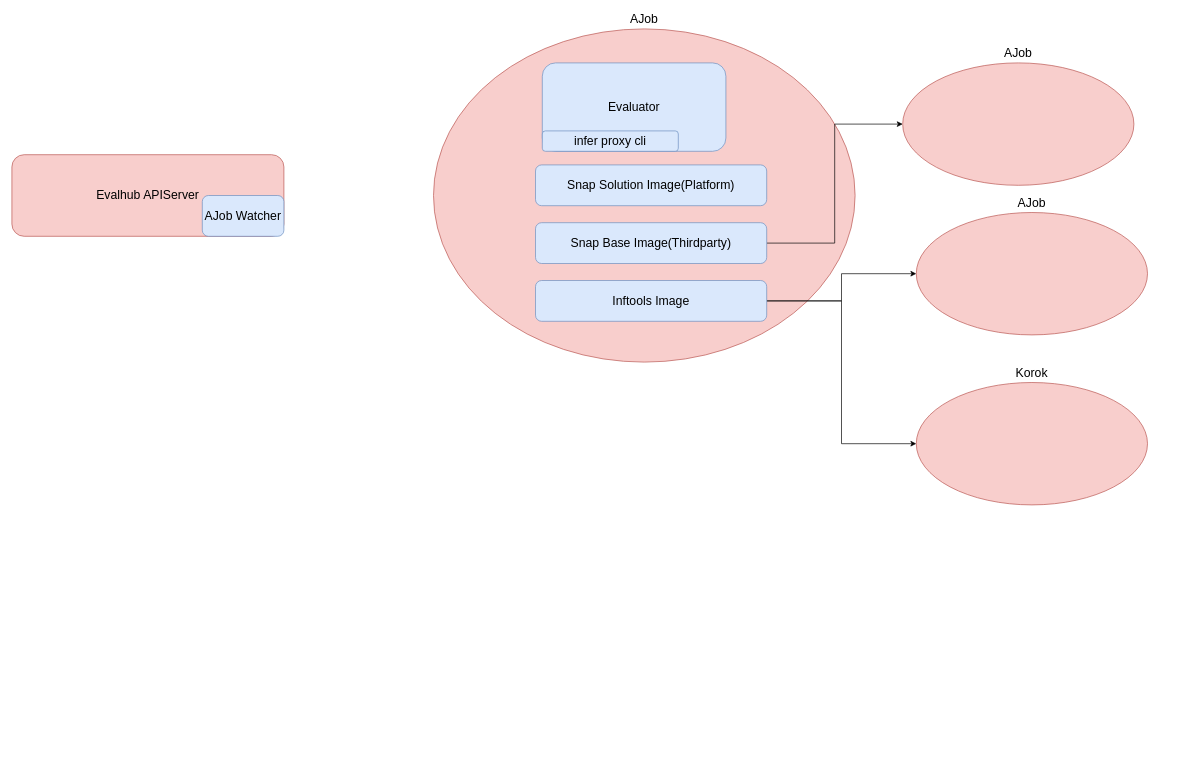
zhongshangwu/draw.io keeps this draw.io diagram as 评测任务.drawio. Above is the earlier version. Source tidied: cells renumbered, new cells numbered last; positions are measured from the earlier drawing's top-left corner, leaving out a move shared by most shapes. Both pictures are drawn from the tidied source at 68%, with x=0, y=0 at pixel (12, 29).
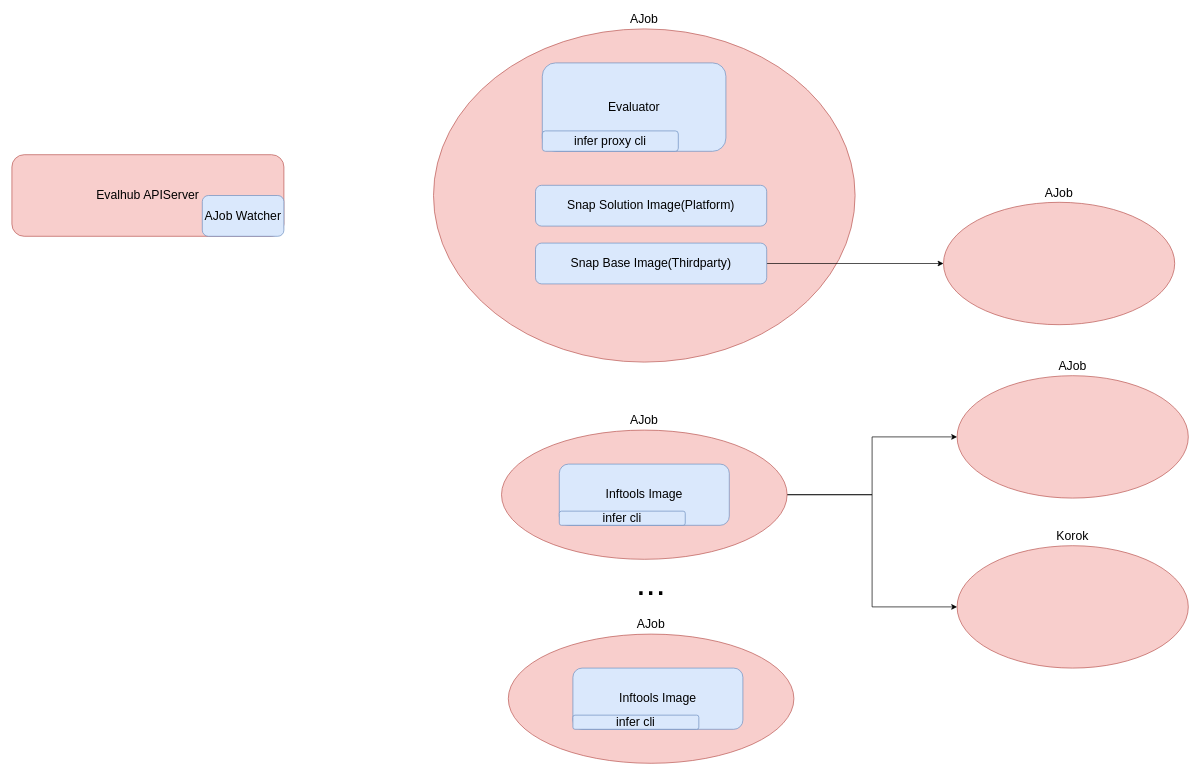
Above is the later version.

Commit message:
更新评测任务.drawio

What changed in the source:
```diff
@@
     <mxCell id="8" value="Snap Solution Image(Platform)" style="rounded=1;whiteSpace=wrap;html=1;fillColor=#dae8fc;strokeColor=#6c8ebf;fontSize=18;" parent="1" vertex="1">
-      <mxGeometry x="770" y="200" width="340" height="60" as="geometry" />
+      <mxGeometry x="770" y="230" width="340" height="60" as="geometry" />
     </mxCell>
@@
     <mxCell id="10" value="Snap Base Image(Thirdparty)" style="rounded=1;whiteSpace=wrap;html=1;fillColor=#dae8fc;strokeColor=#6c8ebf;fontSize=18;" parent="1" vertex="1">
-      <mxGeometry x="770" y="285" width="340" height="60" as="geometry" />
+      <mxGeometry x="770" y="315" width="340" height="60" as="geometry" />
     </mxCell>
-    <mxCell id="11" style="edgeStyle=orthogonalEdgeStyle;rounded=0;jettySize=auto;html=1;exitX=1;exitY=0.5;exitDx=0;exitDy=0;entryX=0;entryY=0.5;entryDx=0;entryDy=0;" parent="1" edge="1" source="13" target="15">
-      <mxGeometry relative="1" as="geometry" />
-    </mxCell>
-    <mxCell id="12" style="edgeStyle=orthogonalEdgeStyle;rounded=0;jettySize=auto;html=1;exitX=1;exitY=0.5;exitDx=0;exitDy=0;entryX=0;entryY=0.5;entryDx=0;entryDy=0;" parent="1" edge="1" source="13" target="16">
-      <mxGeometry relative="1" as="geometry" />
-    </mxCell>
-    <mxCell id="13" value="Inftools Image" style="rounded=1;whiteSpace=wrap;html=1;fillColor=#dae8fc;strokeColor=#6c8ebf;fontSize=18;" parent="1" vertex="1">
-      <mxGeometry x="770" y="370" width="340" height="60" as="geometry" />
-    </mxCell>
     <mxCell id="14" value="&lt;font style=&quot;font-size: 18px;&quot;&gt;AJob&lt;/font&gt;" style="ellipse;whiteSpace=wrap;html=1;labelPosition=center;verticalLabelPosition=top;align=center;verticalAlign=bottom;fillColor=#f8cecc;strokeColor=#b85450;fontSize=18;" parent="1" vertex="1">
-      <mxGeometry x="1310" y="50" width="340" height="180" as="geometry" />
+      <mxGeometry x="1370" y="255" width="340" height="180" as="geometry" />
     </mxCell>
     <mxCell id="15" value="&lt;font style=&quot;font-size: 18px;&quot;&gt;AJob&lt;/font&gt;" style="ellipse;whiteSpace=wrap;html=1;labelPosition=center;verticalLabelPosition=top;align=center;verticalAlign=bottom;fillColor=#f8cecc;strokeColor=#b85450;fontSize=18;" parent="1" vertex="1">
-      <mxGeometry x="1330" y="270" width="340" height="180" as="geometry" />
+      <mxGeometry x="1390" y="510" width="340" height="180" as="geometry" />
     </mxCell>
     <mxCell id="16" value="&lt;font style=&quot;font-size: 18px;&quot;&gt;Korok&lt;/font&gt;" style="ellipse;whiteSpace=wrap;html=1;labelPosition=center;verticalLabelPosition=top;align=center;verticalAlign=bottom;fillColor=#f8cecc;strokeColor=#b85450;fontSize=18;" parent="1" vertex="1">
-      <mxGeometry x="1330" y="520" width="340" height="180" as="geometry" />
+      <mxGeometry x="1390" y="760" width="340" height="180" as="geometry" />
     </mxCell>
+    <mxCell id="17" style="edgeStyle=orthogonalEdgeStyle;rounded=0;jettySize=auto;html=1;exitX=1;exitY=0.5;exitDx=0;exitDy=0;entryX=0;entryY=0.5;entryDx=0;entryDy=0;" parent="1" edge="1" source="19" target="15">
+      <mxGeometry relative="1" as="geometry" />
+    </mxCell>
+    <mxCell id="18" style="edgeStyle=orthogonalEdgeStyle;rounded=0;jettySize=auto;html=1;exitX=1;exitY=0.5;exitDx=0;exitDy=0;entryX=0;entryY=0.5;entryDx=0;entryDy=0;" parent="1" edge="1" source="19" target="16">
+      <mxGeometry relative="1" as="geometry" />
+    </mxCell>
+    <mxCell id="19" value="&lt;font style=&quot;font-size: 18px;&quot;&gt;AJob&lt;/font&gt;" style="ellipse;whiteSpace=wrap;html=1;labelPosition=center;verticalLabelPosition=top;align=center;verticalAlign=bottom;fillColor=#f8cecc;strokeColor=#b85450;fontSize=18;" parent="1" vertex="1">
+      <mxGeometry x="720" y="590" width="420" height="190" as="geometry" />
+    </mxCell>
+    <mxCell id="20" style="group;" parent="1" vertex="1">
+      <mxGeometry x="805" y="640" width="250" height="90" as="geometry" />
+    </mxCell>
+    <mxCell id="21" value="Inftools Image" style="rounded=1;whiteSpace=wrap;html=1;fillColor=#dae8fc;strokeColor=#6c8ebf;fontSize=18;" parent="20" vertex="1">
+      <mxGeometry width="250" height="90" as="geometry" />
+    </mxCell>
+    <mxCell id="22" value="infer cli" style="rounded=1;whiteSpace=wrap;html=1;fillColor=#dae8fc;strokeColor=#6c8ebf;fontSize=18;" parent="20" vertex="1">
+      <mxGeometry y="69.2" width="185.2" height="20.8" as="geometry" />
+    </mxCell>
+    <mxCell id="23" value="&lt;font style=&quot;font-size: 18px;&quot;&gt;AJob&lt;/font&gt;" style="ellipse;whiteSpace=wrap;html=1;labelPosition=center;verticalLabelPosition=top;align=center;verticalAlign=bottom;fillColor=#f8cecc;strokeColor=#b85450;fontSize=18;" parent="1" vertex="1">
+      <mxGeometry x="730" y="890" width="420" height="190" as="geometry" />
+    </mxCell>
+    <mxCell id="24" style="group;" parent="1" vertex="1">
+      <mxGeometry x="825" y="940" width="250" height="90" as="geometry" />
+    </mxCell>
+    <mxCell id="25" value="Inftools Image" style="rounded=1;whiteSpace=wrap;html=1;fillColor=#dae8fc;strokeColor=#6c8ebf;fontSize=18;" parent="24" vertex="1">
+      <mxGeometry width="250" height="90" as="geometry" />
+    </mxCell>
+    <mxCell id="26" value="infer cli" style="rounded=1;whiteSpace=wrap;html=1;fillColor=#dae8fc;strokeColor=#6c8ebf;fontSize=18;" parent="24" vertex="1">
+      <mxGeometry y="69.2" width="185.2" height="20.8" as="geometry" />
+    </mxCell>
+    <mxCell id="27" value="&lt;font style=&quot;font-size: 52px;&quot;&gt;...&lt;/font&gt;" style="text;html=1;strokeColor=none;fillColor=none;align=center;verticalAlign=middle;whiteSpace=wrap;rounded=0;" parent="1" vertex="1">
+      <mxGeometry x="910" y="800" width="60" height="30" as="geometry" />
+    </mxCell>
```
